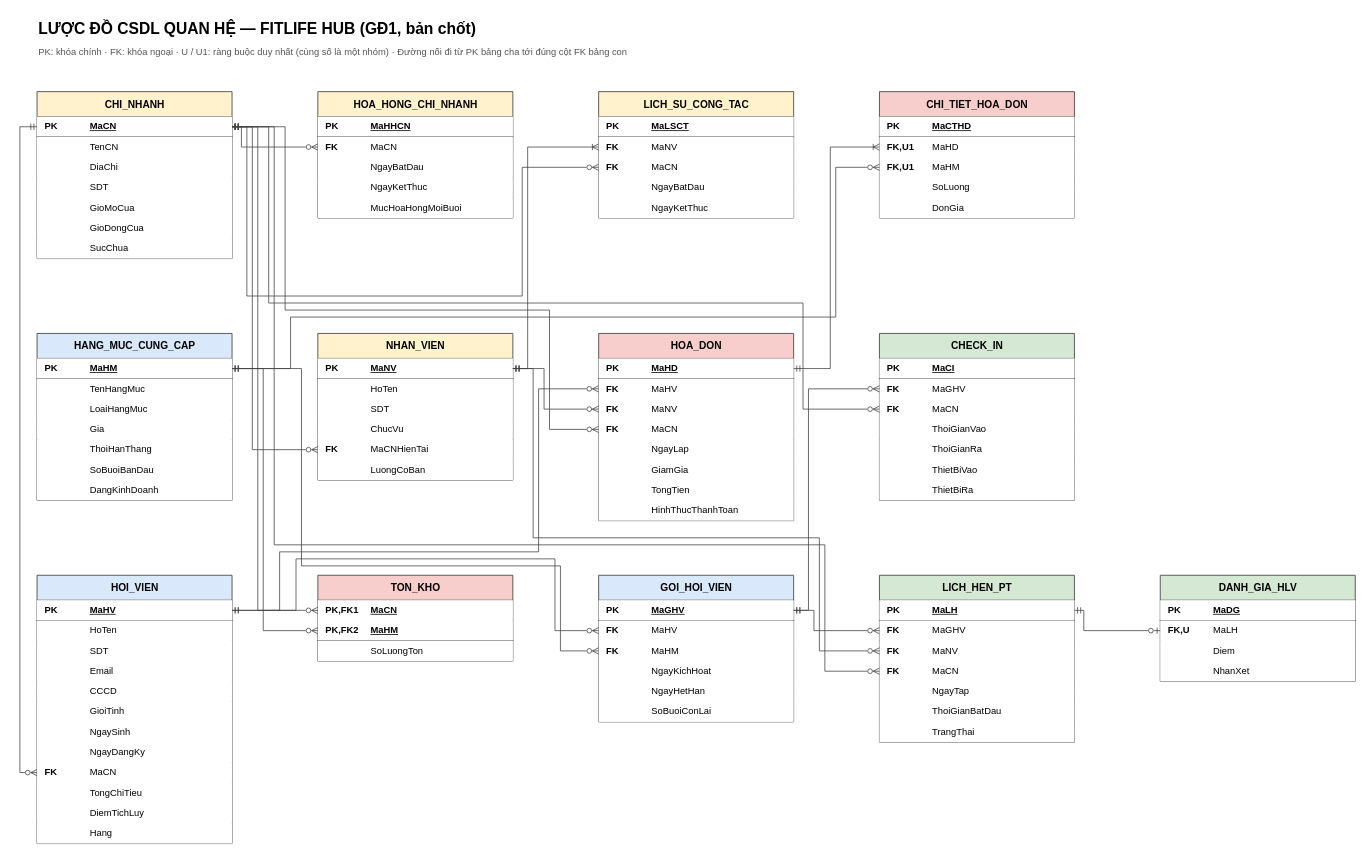
Before: docs/gd1/luoc-do-logic.drawio in nhaajtdajt/fitlife-hub-csdlnc, a draw.io diagram. Source tidied: cells renumbered, new cells numbered last; positions are measured from the earlier drawing's top-left corner, leaving out a move shared by most shapes. Both pictures are drawn from the tidied source at 78%, with x=0, y=0 at pixel (20, 13).
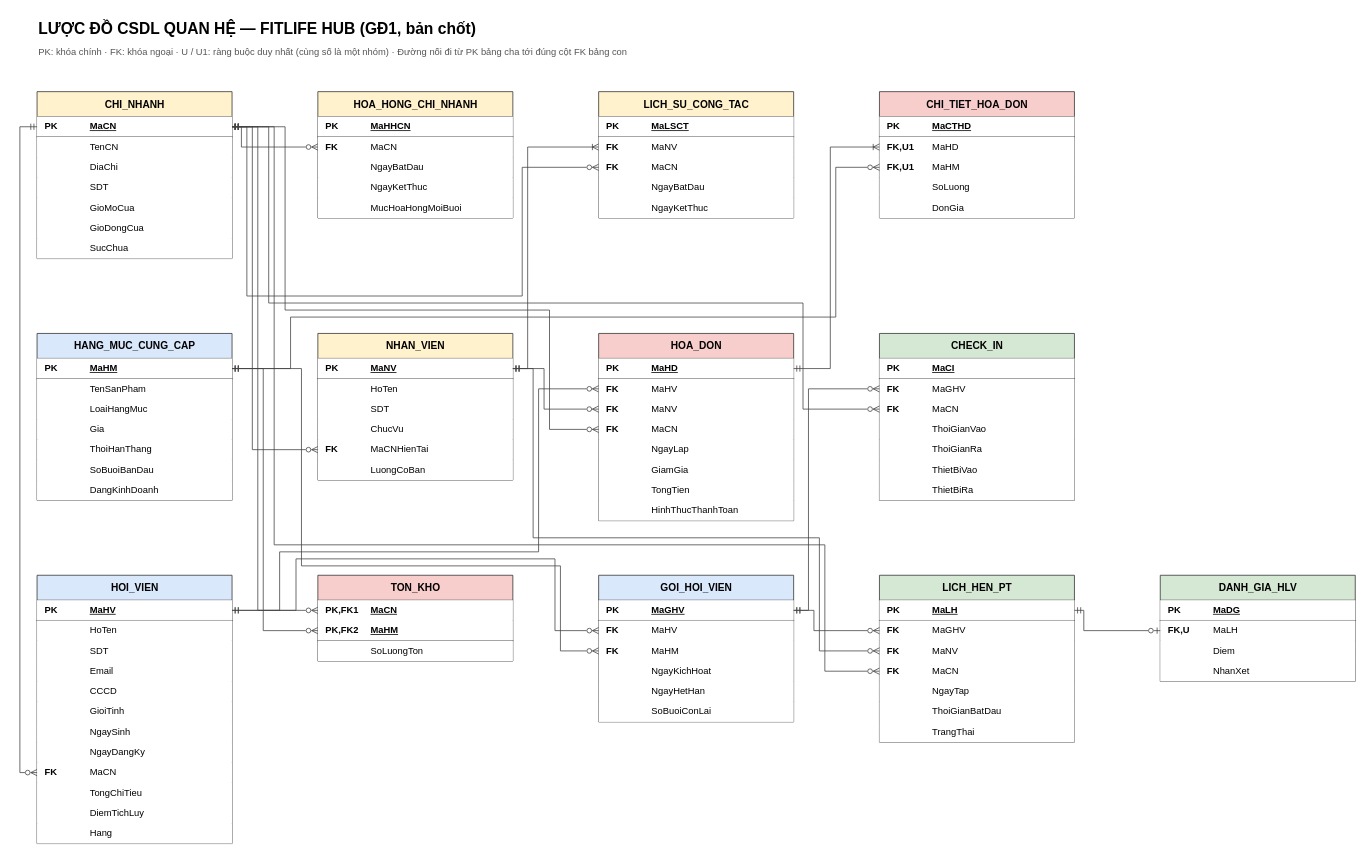
The same page after the edit.

Commit message (it also covers changes not shown here):
docs(gd1): đổi tên thuộc tính TenHangMuc thành TenSanPham

The change refers to these unchanged cells:
```xml
<mxCell id="91" value="HANG_MUC_CUNG_CAP" style="swimlane;fontStyle=1;horizontal=1;startSize=32;html=1;fillColor=#dae8fc;strokeColor=#333333;fontSize=13;" parent="1" vertex="1">
  <mxGeometry x="22" y="410" width="250" height="214" as="geometry" />
</mxCell>
```

What changed in the source:
```diff
@@
-    <mxCell id="93" value="&lt;span style=&quot;display:inline-block;width:58px;font-weight:bold;&quot;&gt;&lt;/span&gt;TenHangMuc" style="text;html=1;align=left;verticalAlign=middle;spacingLeft=8;fillColor=#ffffff;strokeColor=none;fontSize=12;" parent="91" vertex="1">
-      <mxGeometry y="58" width="250" height="26" as="geometry" />
-    </mxCell>
+    <mxCell id="119" value="&lt;span style=&quot;display:inline-block;width:58px;font-weight:bold;&quot;&gt;&lt;/span&gt;TenSanPham" style="text;html=1;align=left;verticalAlign=middle;spacingLeft=8;fillColor=#ffffff;strokeColor=none;fontSize=12;" parent="91" vertex="1">
+      <mxGeometry y="58" width="250" height="26" as="geometry" />
+    </mxCell>
```
